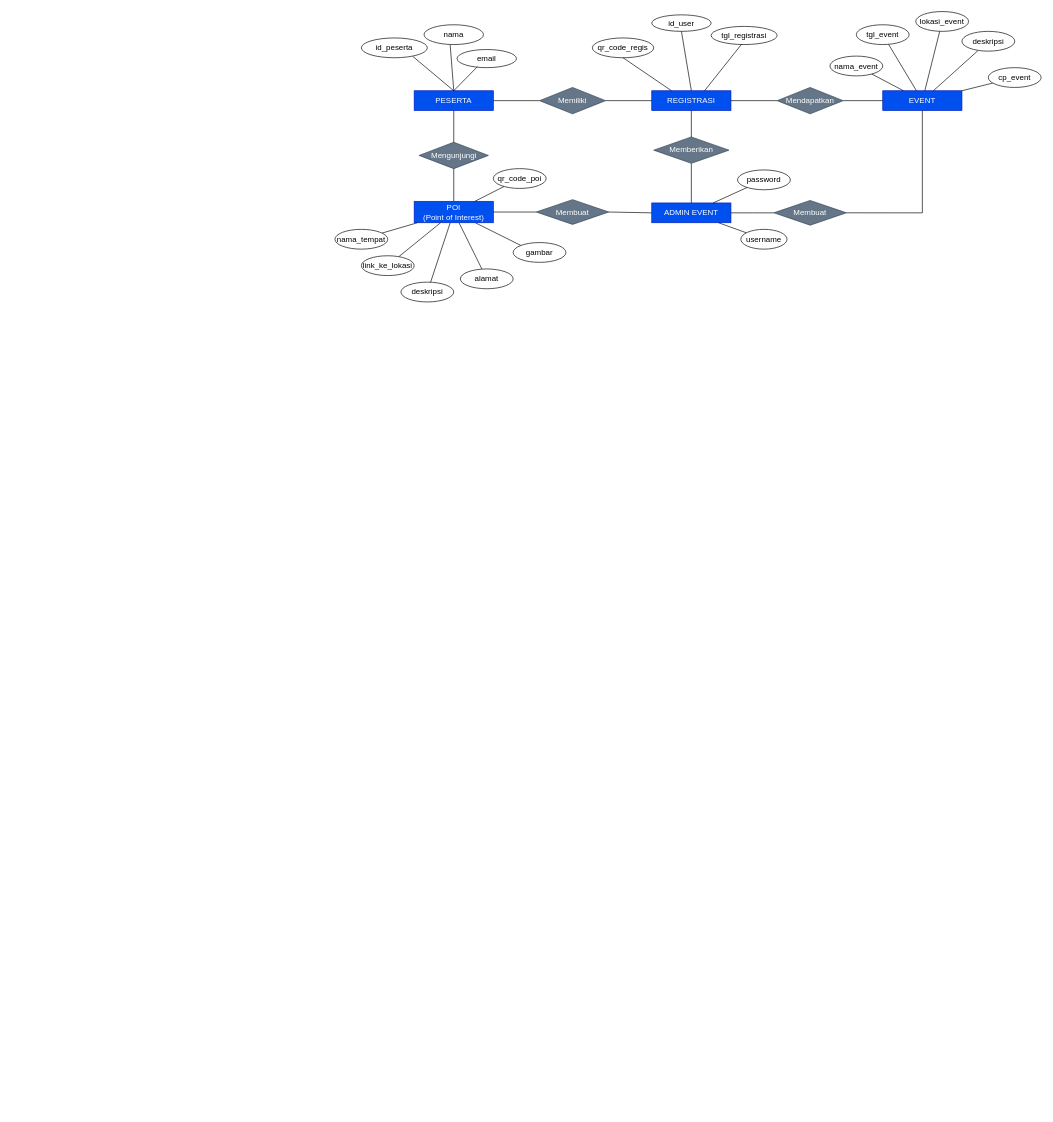
Earlier version of the draw.io diagram diagram/citynet_dfd.drawio (kominfo-denpasar/drawio). Source tidied: cells renumbered, new cells numbered last; positions are measured from the earlier drawing's top-left corner, leaving out a move shared by most shapes. Both pictures are drawn from the tidied source at 66%, with x=0, y=0 at pixel (335, 11).
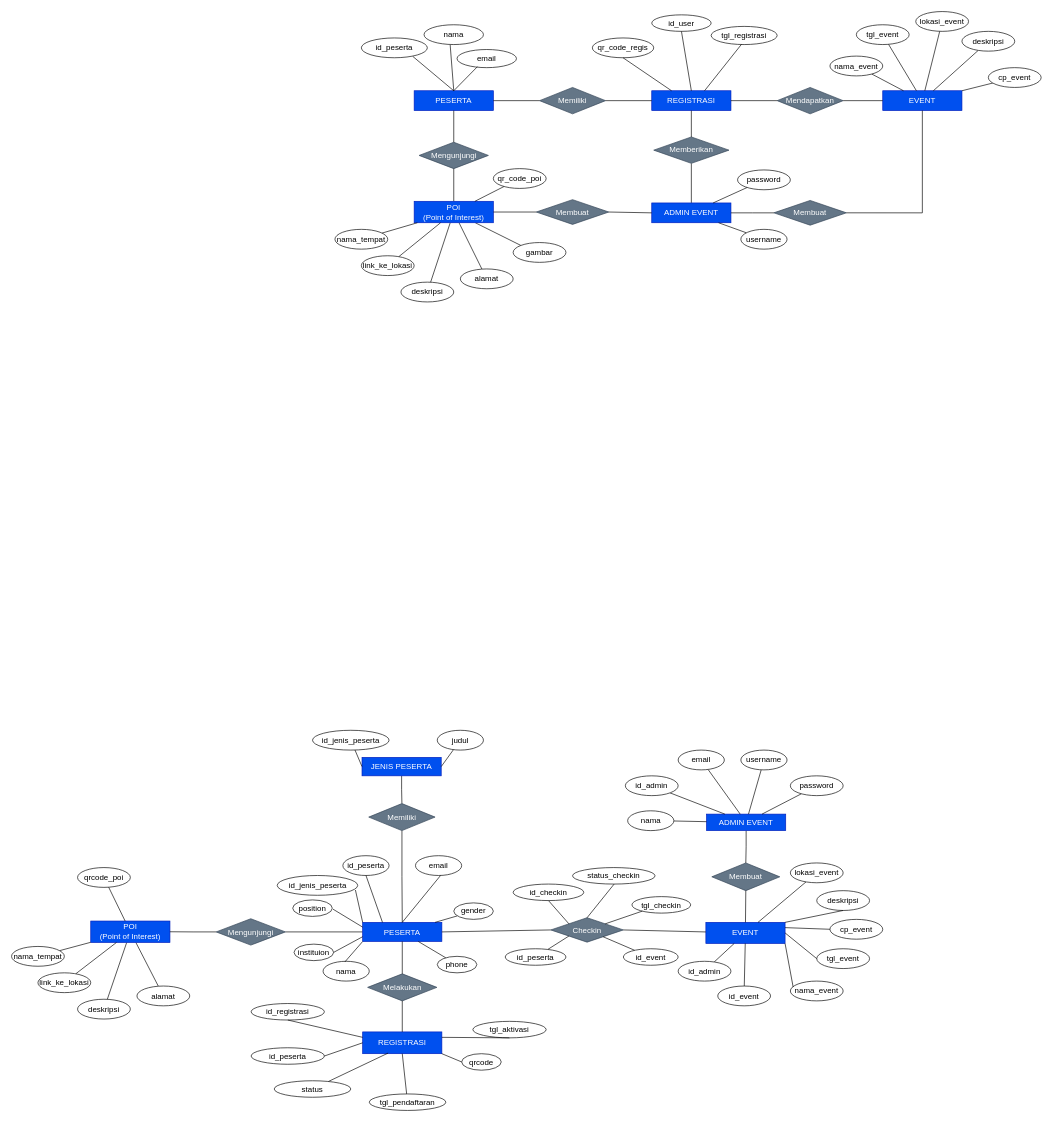
After the change.

The edit, as a diff of the source:
```diff
@@
+    <mxCell id="64" style="edgeStyle=orthogonalEdgeStyle;rounded=0;jettySize=auto;html=1;entryX=1;entryY=0.5;entryDx=0;entryDy=0;endArrow=none;endFill=0;" parent="1" edge="1" source="65" target="158">
+      <mxGeometry relative="1" as="geometry" />
+    </mxCell>
+    <mxCell id="65" value="PESERTA" style="rounded=0;whiteSpace=wrap;html=1;fillColor=#0050ef;fontColor=#ffffff;strokeColor=#001DBC;" parent="1" vertex="1">
+      <mxGeometry x="42" y="1380" width="120" height="29" as="geometry" />
+    </mxCell>
+    <mxCell id="66" value="REGISTRASI" style="rounded=0;whiteSpace=wrap;html=1;fillColor=#0050ef;fontColor=#ffffff;strokeColor=#001DBC;" parent="1" vertex="1">
+      <mxGeometry x="42" y="1546" width="120" height="33" as="geometry" />
+    </mxCell>
+    <mxCell id="67" style="endArrow=none;html=1;rounded=0;entryX=0;entryY=0.5;entryDx=0;entryDy=0;exitX=1;exitY=0.5;exitDx=0;exitDy=0;" parent="1" edge="1" source="65" target="73">
+      <mxGeometry relative="1" as="geometry" />
+    </mxCell>
+    <mxCell id="68" value="id_peserta" style="ellipse;whiteSpace=wrap;html=1;" parent="1" vertex="1">
+      <mxGeometry x="12" y="1279" width="70" height="30" as="geometry" />
+    </mxCell>
+    <mxCell id="69" value="nama" style="ellipse;whiteSpace=wrap;html=1;" parent="1" vertex="1">
+      <mxGeometry x="-18" y="1439" width="70" height="30" as="geometry" />
+    </mxCell>
+    <mxCell id="70" value="email" style="ellipse;whiteSpace=wrap;html=1;" parent="1" vertex="1">
+      <mxGeometry x="122" y="1279" width="70" height="30" as="geometry" />
+    </mxCell>
+    <mxCell id="71" style="endArrow=none;html=1;rounded=0;exitX=0.25;exitY=0;exitDx=0;exitDy=0;entryX=0.5;entryY=1;entryDx=0;entryDy=0;" parent="1" edge="1" source="65" target="68">
+      <mxGeometry relative="1" as="geometry" />
+    </mxCell>
+    <mxCell id="72" style="endArrow=none;html=1;rounded=0;exitX=0.5;exitY=0;exitDx=0;exitDy=0;" parent="1" edge="1" source="65">
+      <mxGeometry relative="1" as="geometry">
+        <mxPoint x="160" y="1309" as="targetPoint" />
+      </mxGeometry>
+    </mxCell>
+    <mxCell id="73" value="Checkin" style="rhombus;whiteSpace=wrap;html=1;fillColor=#647687;fontColor=#ffffff;strokeColor=#314354;" parent="1" vertex="1">
+      <mxGeometry x="327" y="1373" width="110" height="37" as="geometry" />
+    </mxCell>
+    <mxCell id="74" value="EVENT" style="rounded=0;whiteSpace=wrap;html=1;fillColor=#0050ef;fontColor=#ffffff;strokeColor=#001DBC;" parent="1" vertex="1">
+      <mxGeometry x="562" y="1380" width="120" height="32" as="geometry" />
+    </mxCell>
+    <mxCell id="75" value="instituion" style="ellipse;whiteSpace=wrap;html=1;" parent="1" vertex="1">
+      <mxGeometry x="-62" y="1413" width="60" height="25" as="geometry" />
+    </mxCell>
+    <mxCell id="76" value="position" style="ellipse;whiteSpace=wrap;html=1;" parent="1" vertex="1">
+      <mxGeometry x="-64" y="1346" width="60" height="25" as="geometry" />
+    </mxCell>
+    <mxCell id="77" value="Membuat" style="rhombus;whiteSpace=wrap;html=1;fillColor=#647687;fontColor=#ffffff;strokeColor=#314354;" parent="1" vertex="1">
+      <mxGeometry x="571" y="1290" width="103" height="42" as="geometry" />
+    </mxCell>
+    <mxCell id="78" style="rounded=0;jettySize=auto;html=1;endArrow=none;endFill=0;" parent="1" edge="1" source="79" target="74">
+      <mxGeometry relative="1" as="geometry" />
+    </mxCell>
+    <mxCell id="79" value="id_event" style="ellipse;whiteSpace=wrap;html=1;" parent="1" vertex="1">
+      <mxGeometry x="580" y="1476.5" width="80" height="30" as="geometry" />
+    </mxCell>
+    <mxCell id="80" value="nama_event" style="ellipse;whiteSpace=wrap;html=1;" parent="1" vertex="1">
+      <mxGeometry x="690" y="1469" width="80" height="30" as="geometry" />
+    </mxCell>
+    <mxCell id="81" value="tgl_event" style="ellipse;whiteSpace=wrap;html=1;" parent="1" vertex="1">
+      <mxGeometry x="730" y="1420" width="80" height="30" as="geometry" />
+    </mxCell>
+    <mxCell id="82" style="rounded=0;jettySize=auto;html=1;endArrow=none;endFill=0;" parent="1" edge="1" source="83" target="74">
+      <mxGeometry relative="1" as="geometry" />
+    </mxCell>
+    <mxCell id="83" value="lokasi_event" style="ellipse;whiteSpace=wrap;html=1;" parent="1" vertex="1">
+      <mxGeometry x="690" y="1290" width="80" height="30" as="geometry" />
+    </mxCell>
+    <mxCell id="84" value="deskripsi" style="ellipse;whiteSpace=wrap;html=1;" parent="1" vertex="1">
+      <mxGeometry x="730" y="1332" width="80" height="30" as="geometry" />
+    </mxCell>
+    <mxCell id="85" value="cp_event" style="ellipse;whiteSpace=wrap;html=1;" parent="1" vertex="1">
+      <mxGeometry x="750" y="1375.5" width="80" height="30" as="geometry" />
+    </mxCell>
+    <mxCell id="86" style="endArrow=none;html=1;rounded=0;entryX=0.5;entryY=1;entryDx=0;entryDy=0;exitX=1;exitY=0;exitDx=0;exitDy=0;" parent="1" edge="1" source="74" target="84">
+      <mxGeometry relative="1" as="geometry" />
+    </mxCell>
+    <mxCell id="87" style="rounded=0;jettySize=auto;html=1;endArrow=none;endFill=0;" parent="1" edge="1" source="88" target="65">
+      <mxGeometry relative="1" as="geometry" />
+    </mxCell>
+    <mxCell id="88" value="gender" style="ellipse;whiteSpace=wrap;html=1;" parent="1" vertex="1">
+      <mxGeometry x="180" y="1350.5" width="60" height="25" as="geometry" />
+    </mxCell>
+    <mxCell id="89" value="tgl_aktivasi" style="ellipse;whiteSpace=wrap;html=1;" parent="1" vertex="1">
+      <mxGeometry x="209" y="1530" width="111" height="25" as="geometry" />
+    </mxCell>
+    <mxCell id="90" style="rounded=0;jettySize=auto;html=1;endArrow=none;endFill=0;" parent="1" edge="1" source="91" target="65">
+      <mxGeometry relative="1" as="geometry" />
+    </mxCell>
+    <mxCell id="91" value="phone" style="ellipse;whiteSpace=wrap;html=1;" parent="1" vertex="1">
+      <mxGeometry x="155" y="1431.5" width="60" height="25" as="geometry" />
+    </mxCell>
+    <mxCell id="92" style="endArrow=none;html=1;rounded=0;exitX=1;exitY=0.25;exitDx=0;exitDy=0;entryX=0.5;entryY=1;entryDx=0;entryDy=0;" parent="1" edge="1" source="66" target="89">
+      <mxGeometry relative="1" as="geometry" />
+    </mxCell>
+    <mxCell id="93" style="edgeStyle=orthogonalEdgeStyle;rounded=0;jettySize=auto;html=1;endArrow=none;endFill=0;" parent="1" edge="1" source="94" target="77">
+      <mxGeometry relative="1" as="geometry" />
+    </mxCell>
+    <mxCell id="94" value="ADMIN EVENT" style="rounded=0;whiteSpace=wrap;html=1;fillColor=#0050ef;fontColor=#ffffff;strokeColor=#001DBC;" parent="1" vertex="1">
+      <mxGeometry x="563" y="1216" width="120" height="25" as="geometry" />
+    </mxCell>
+    <mxCell id="95" style="rounded=0;jettySize=auto;html=1;endArrow=none;endFill=0;" parent="1" edge="1" source="96" target="94">
+      <mxGeometry relative="1" as="geometry" />
+    </mxCell>
+    <mxCell id="96" value="id_admin" style="ellipse;whiteSpace=wrap;html=1;" parent="1" vertex="1">
+      <mxGeometry x="440" y="1158" width="80" height="30" as="geometry" />
+    </mxCell>
+    <mxCell id="97" style="rounded=0;jettySize=auto;html=1;endArrow=none;endFill=0;" parent="1" edge="1" source="98" target="94">
+      <mxGeometry relative="1" as="geometry" />
+    </mxCell>
+    <mxCell id="98" value="username" style="ellipse;whiteSpace=wrap;html=1;" parent="1" vertex="1">
+      <mxGeometry x="615" y="1119" width="70" height="30" as="geometry" />
+    </mxCell>
+    <mxCell id="99" style="rounded=0;jettySize=auto;html=1;endArrow=none;endFill=0;" parent="1" edge="1" source="100" target="94">
+      <mxGeometry relative="1" as="geometry" />
+    </mxCell>
+    <mxCell id="100" value="password" style="ellipse;whiteSpace=wrap;html=1;" parent="1" vertex="1">
+      <mxGeometry x="690" y="1158" width="80" height="30" as="geometry" />
+    </mxCell>
+    <mxCell id="101" style="rounded=0;jettySize=auto;html=1;endArrow=none;endFill=0;" parent="1" edge="1" source="102" target="94">
+      <mxGeometry relative="1" as="geometry" />
+    </mxCell>
+    <mxCell id="102" value="nama" style="ellipse;whiteSpace=wrap;html=1;" parent="1" vertex="1">
+      <mxGeometry x="443.5" y="1211" width="70" height="30" as="geometry" />
+    </mxCell>
+    <mxCell id="103" style="rounded=0;jettySize=auto;html=1;endArrow=none;endFill=0;" parent="1" edge="1" source="104" target="94">
+      <mxGeometry relative="1" as="geometry" />
+    </mxCell>
+    <mxCell id="104" value="email" style="ellipse;whiteSpace=wrap;html=1;" parent="1" vertex="1">
+      <mxGeometry x="520" y="1119" width="70" height="30" as="geometry" />
+    </mxCell>
+    <mxCell id="105" style="endArrow=none;html=1;rounded=0;entryX=0;entryY=0.5;entryDx=0;entryDy=0;exitX=1;exitY=0.5;exitDx=0;exitDy=0;" parent="1" edge="1" source="74" target="81">
+      <mxGeometry relative="1" as="geometry" />
+    </mxCell>
+    <mxCell id="106" style="endArrow=none;html=1;rounded=0;entryX=0;entryY=0.5;entryDx=0;entryDy=0;exitX=1;exitY=0.25;exitDx=0;exitDy=0;" parent="1" edge="1" source="74" target="85">
+      <mxGeometry relative="1" as="geometry" />
+    </mxCell>
+    <mxCell id="107" value="qrcode" style="ellipse;whiteSpace=wrap;html=1;" parent="1" vertex="1">
+      <mxGeometry x="192" y="1579" width="60" height="25" as="geometry" />
+    </mxCell>
+    <mxCell id="108" style="rounded=0;jettySize=auto;html=1;entryX=0;entryY=1;entryDx=0;entryDy=0;endArrow=none;endFill=0;" parent="1" edge="1" source="109" target="73">
+      <mxGeometry relative="1" as="geometry" />
+    </mxCell>
+    <mxCell id="109" value="id_peserta" style="ellipse;whiteSpace=wrap;html=1;" parent="1" vertex="1">
+      <mxGeometry x="258" y="1420" width="92" height="25" as="geometry" />
+    </mxCell>
+    <mxCell id="110" style="rounded=0;jettySize=auto;html=1;endArrow=none;endFill=0;" parent="1" edge="1" source="111" target="73">
+      <mxGeometry relative="1" as="geometry" />
+    </mxCell>
+    <mxCell id="111" value="id_event" style="ellipse;whiteSpace=wrap;html=1;" parent="1" vertex="1">
+      <mxGeometry x="437" y="1420" width="83" height="25" as="geometry" />
+    </mxCell>
+    <mxCell id="112" value="id_checkin" style="ellipse;whiteSpace=wrap;html=1;" parent="1" vertex="1">
+      <mxGeometry x="270" y="1322" width="107" height="25" as="geometry" />
+    </mxCell>
+    <mxCell id="113" value="id_jenis_peserta" style="ellipse;whiteSpace=wrap;html=1;" parent="1" vertex="1">
+      <mxGeometry x="-87.5" y="1309" width="122" height="30" as="geometry" />
+    </mxCell>
+    <mxCell id="114" style="edgeStyle=orthogonalEdgeStyle;rounded=0;jettySize=auto;html=1;entryX=0.5;entryY=0;entryDx=0;entryDy=0;endArrow=none;endFill=0;" parent="1" edge="1" source="115" target="125">
+      <mxGeometry relative="1" as="geometry" />
+    </mxCell>
+    <mxCell id="115" value="JENIS PESERTA" style="rounded=0;whiteSpace=wrap;html=1;fillColor=#0050ef;fontColor=#ffffff;strokeColor=#001DBC;" parent="1" vertex="1">
+      <mxGeometry x="41" y="1130" width="120" height="28" as="geometry" />
+    </mxCell>
+    <mxCell id="116" value="tgl_pendaftaran" style="ellipse;whiteSpace=wrap;html=1;" parent="1" vertex="1">
+      <mxGeometry x="52" y="1640" width="116" height="25" as="geometry" />
+    </mxCell>
+    <mxCell id="117" style="rounded=0;jettySize=auto;html=1;entryX=1;entryY=0.5;entryDx=0;entryDy=0;endArrow=none;endFill=0;" parent="1" edge="1" source="118" target="115">
+      <mxGeometry relative="1" as="geometry" />
+    </mxCell>
+    <mxCell id="118" value="judul" style="ellipse;whiteSpace=wrap;html=1;" parent="1" vertex="1">
+      <mxGeometry x="155" y="1089" width="70" height="30" as="geometry" />
+    </mxCell>
+    <mxCell id="119" style="rounded=0;jettySize=auto;html=1;entryX=0.321;entryY=0.973;entryDx=0;entryDy=0;endArrow=none;endFill=0;entryPerimeter=0;" parent="1" edge="1" source="120" target="66">
+      <mxGeometry relative="1" as="geometry" />
+    </mxCell>
+    <mxCell id="120" value="status" style="ellipse;whiteSpace=wrap;html=1;" parent="1" vertex="1">
+      <mxGeometry x="-92" y="1620" width="116" height="25" as="geometry" />
+    </mxCell>
+    <mxCell id="121" value="status_checkin" style="ellipse;whiteSpace=wrap;html=1;" parent="1" vertex="1">
+      <mxGeometry x="360" y="1297" width="125" height="25" as="geometry" />
+    </mxCell>
+    <mxCell id="122" value="tgl_checkin" style="ellipse;whiteSpace=wrap;html=1;" parent="1" vertex="1">
+      <mxGeometry x="450" y="1341" width="89" height="25" as="geometry" />
+    </mxCell>
+    <mxCell id="123" value="Melakukan" style="rhombus;whiteSpace=wrap;html=1;fillColor=#647687;fontColor=#ffffff;strokeColor=#314354;" parent="1" vertex="1">
+      <mxGeometry x="49.5" y="1458" width="105" height="41" as="geometry" />
+    </mxCell>
+    <mxCell id="124" style="edgeStyle=orthogonalEdgeStyle;rounded=0;jettySize=auto;html=1;entryX=0.5;entryY=0;entryDx=0;entryDy=0;endArrow=none;endFill=0;" parent="1" edge="1" source="125" target="65">
+      <mxGeometry relative="1" as="geometry" />
+    </mxCell>
+    <mxCell id="125" value="Memiliki" style="rhombus;whiteSpace=wrap;html=1;fillColor=#647687;fontColor=#ffffff;strokeColor=#314354;" parent="1" vertex="1">
+      <mxGeometry x="51.2" y="1200" width="100.5" height="41" as="geometry" />
+    </mxCell>
+    <mxCell id="126" style="rounded=0;jettySize=auto;html=1;entryX=0;entryY=0.5;entryDx=0;entryDy=0;endArrow=none;endFill=0;" parent="1" edge="1" source="127" target="115">
+      <mxGeometry relative="1" as="geometry" />
+    </mxCell>
+    <mxCell id="127" value="id_jenis_peserta" style="ellipse;whiteSpace=wrap;html=1;" parent="1" vertex="1">
+      <mxGeometry x="-34" y="1089" width="116" height="30" as="geometry" />
+    </mxCell>
+    <mxCell id="128" value="id_registrasi" style="ellipse;whiteSpace=wrap;html=1;" parent="1" vertex="1">
+      <mxGeometry x="-127" y="1503" width="111" height="25" as="geometry" />
+    </mxCell>
+    <mxCell id="129" value="id_peserta" style="ellipse;whiteSpace=wrap;html=1;" parent="1" vertex="1">
+      <mxGeometry x="-127" y="1570" width="111" height="25" as="geometry" />
+    </mxCell>
+    <mxCell id="130" style="endArrow=none;html=1;rounded=0;exitX=0;exitY=0;exitDx=0;exitDy=0;" parent="1" edge="1" source="65">
+      <mxGeometry relative="1" as="geometry">
+        <mxPoint x="31" y="1331" as="targetPoint" />
+      </mxGeometry>
+    </mxCell>
+    <mxCell id="131" style="endArrow=none;html=1;rounded=0;entryX=0;entryY=0.25;entryDx=0;entryDy=0;" parent="1" edge="1" target="65">
+      <mxGeometry relative="1" as="geometry">
+        <mxPoint x="-3" y="1360" as="sourcePoint" />
+      </mxGeometry>
+    </mxCell>
+    <mxCell id="132" style="endArrow=none;html=1;rounded=0;exitX=1;exitY=0.5;exitDx=0;exitDy=0;entryX=0;entryY=0.75;entryDx=0;entryDy=0;" parent="1" edge="1" source="75" target="65">
+      <mxGeometry relative="1" as="geometry" />
+    </mxCell>
+    <mxCell id="133" style="endArrow=none;html=1;rounded=0;entryX=0;entryY=1;entryDx=0;entryDy=0;" parent="1" edge="1" target="65">
+      <mxGeometry relative="1" as="geometry">
+        <mxPoint x="15" y="1440" as="sourcePoint" />
+      </mxGeometry>
+    </mxCell>
+    <mxCell id="134" style="endArrow=none;html=1;rounded=0;exitX=0.5;exitY=0;exitDx=0;exitDy=0;entryX=0.5;entryY=1;entryDx=0;entryDy=0;" parent="1" edge="1" source="123" target="65">
+      <mxGeometry relative="1" as="geometry" />
+    </mxCell>
+    <mxCell id="135" style="endArrow=none;html=1;rounded=0;exitX=0.5;exitY=0;exitDx=0;exitDy=0;entryX=0.5;entryY=1;entryDx=0;entryDy=0;" parent="1" edge="1" source="66" target="123">
+      <mxGeometry relative="1" as="geometry" />
+    </mxCell>
+    <mxCell id="136" style="endArrow=none;html=1;rounded=0;exitX=0.5;exitY=0;exitDx=0;exitDy=0;entryX=0.5;entryY=1;entryDx=0;entryDy=0;" parent="1" edge="1" source="74" target="77">
+      <mxGeometry relative="1" as="geometry" />
+    </mxCell>
+    <mxCell id="137" style="endArrow=none;html=1;rounded=0;entryX=0;entryY=0.5;entryDx=0;entryDy=0;exitX=1;exitY=1;exitDx=0;exitDy=0;" parent="1" edge="1" source="66" target="107">
+      <mxGeometry relative="1" as="geometry" />
+    </mxCell>
+    <mxCell id="138" style="endArrow=none;html=1;rounded=0;entryX=0;entryY=0.25;entryDx=0;entryDy=0;exitX=0.5;exitY=1;exitDx=0;exitDy=0;" parent="1" edge="1" source="128" target="66">
+      <mxGeometry relative="1" as="geometry" />
+    </mxCell>
+    <mxCell id="139" style="endArrow=none;html=1;rounded=0;entryX=0;entryY=0.5;entryDx=0;entryDy=0;exitX=1;exitY=0.5;exitDx=0;exitDy=0;" parent="1" edge="1" source="129" target="66">
+      <mxGeometry relative="1" as="geometry" />
+    </mxCell>
+    <mxCell id="140" style="endArrow=none;html=1;rounded=0;exitX=1;exitY=1;exitDx=0;exitDy=0;entryX=0.053;entryY=0.3;entryDx=0;entryDy=0;entryPerimeter=0;" parent="1" edge="1" source="74" target="80">
+      <mxGeometry relative="1" as="geometry" />
+    </mxCell>
+    <mxCell id="141" style="endArrow=none;html=1;rounded=0;exitX=1;exitY=0.5;exitDx=0;exitDy=0;" parent="1" edge="1" source="73" target="74">
+      <mxGeometry relative="1" as="geometry" />
+    </mxCell>
+    <mxCell id="142" style="endArrow=none;html=1;rounded=0;exitX=0;exitY=0;exitDx=0;exitDy=0;entryX=0.5;entryY=1;entryDx=0;entryDy=0;" parent="1" edge="1" source="73" target="112">
+      <mxGeometry relative="1" as="geometry" />
+    </mxCell>
+    <mxCell id="143" style="endArrow=none;html=1;rounded=0;exitX=0.5;exitY=0;exitDx=0;exitDy=0;" parent="1" edge="1" source="73">
+      <mxGeometry relative="1" as="geometry">
+        <mxPoint x="423" y="1322" as="targetPoint" />
+      </mxGeometry>
+    </mxCell>
+    <mxCell id="144" style="rounded=0;jettySize=auto;html=1;entryX=1;entryY=0;entryDx=0;entryDy=0;endArrow=none;endFill=0;" parent="1" edge="1" source="122" target="73">
+      <mxGeometry relative="1" as="geometry" />
+    </mxCell>
+    <mxCell id="145" style="rounded=0;jettySize=auto;html=1;entryX=0.5;entryY=1;entryDx=0;entryDy=0;endArrow=none;endFill=0;" parent="1" edge="1" source="116" target="66">
+      <mxGeometry relative="1" as="geometry" />
+    </mxCell>
+    <mxCell id="146" style="rounded=0;jettySize=auto;html=1;endArrow=none;endFill=0;" parent="1" edge="1" source="148" target="154">
+      <mxGeometry relative="1" as="geometry" />
+    </mxCell>
+    <mxCell id="147" style="rounded=0;jettySize=auto;html=1;endArrow=none;endFill=0;" parent="1" edge="1" source="148" target="151">
+      <mxGeometry relative="1" as="geometry" />
+    </mxCell>
+    <mxCell id="148" value="POI&lt;div&gt;(Point of Interest)&lt;/div&gt;" style="rounded=0;whiteSpace=wrap;html=1;fillColor=#0050ef;strokeColor=#001DBC;fontColor=#ffffff;" parent="1" vertex="1">
+      <mxGeometry x="-370" y="1378" width="120" height="32.5" as="geometry" />
+    </mxCell>
+    <mxCell id="149" style="rounded=0;jettySize=auto;html=1;endArrow=none;endFill=0;" parent="1" edge="1" source="150" target="148">
+      <mxGeometry relative="1" as="geometry" />
+    </mxCell>
+    <mxCell id="150" value="nama_tempat" style="ellipse;whiteSpace=wrap;html=1;" parent="1" vertex="1">
+      <mxGeometry x="-490" y="1416.5" width="80" height="30" as="geometry" />
+    </mxCell>
+    <mxCell id="151" value="deskripsi" style="ellipse;whiteSpace=wrap;html=1;" parent="1" vertex="1">
+      <mxGeometry x="-390" y="1496.5" width="80" height="30" as="geometry" />
+    </mxCell>
+    <mxCell id="152" style="rounded=0;jettySize=auto;html=1;endArrow=none;endFill=0;" parent="1" edge="1" source="153" target="148">
+      <mxGeometry relative="1" as="geometry" />
+    </mxCell>
+    <mxCell id="153" value="link_ke_lokasi" style="ellipse;whiteSpace=wrap;html=1;" parent="1" vertex="1">
+      <mxGeometry x="-450" y="1456.5" width="80" height="30" as="geometry" />
+    </mxCell>
+    <mxCell id="154" value="alamat" style="ellipse;whiteSpace=wrap;html=1;" parent="1" vertex="1">
+      <mxGeometry x="-300" y="1476.5" width="80" height="30" as="geometry" />
+    </mxCell>
+    <mxCell id="155" style="rounded=0;jettySize=auto;html=1;endArrow=none;endFill=0;" parent="1" edge="1" source="156" target="148">
+      <mxGeometry relative="1" as="geometry" />
+    </mxCell>
+    <mxCell id="156" value="qrcode_poi" style="ellipse;whiteSpace=wrap;html=1;" parent="1" vertex="1">
+      <mxGeometry x="-390" y="1297" width="80" height="30" as="geometry" />
+    </mxCell>
+    <mxCell id="157" style="edgeStyle=orthogonalEdgeStyle;rounded=0;jettySize=auto;html=1;entryX=1;entryY=0.5;entryDx=0;entryDy=0;endArrow=none;endFill=0;" parent="1" edge="1" source="158" target="148">
+      <mxGeometry relative="1" as="geometry" />
+    </mxCell>
+    <mxCell id="158" value="Mengunjungi" style="rhombus;whiteSpace=wrap;html=1;fillColor=#647687;fontColor=#ffffff;strokeColor=#314354;" parent="1" vertex="1">
+      <mxGeometry x="-180" y="1374.5" width="105" height="40" as="geometry" />
+    </mxCell>
+    <mxCell id="159" style="rounded=0;jettySize=auto;html=1;endArrow=none;endFill=0;" parent="1" edge="1" source="160" target="74">
+      <mxGeometry relative="1" as="geometry" />
+    </mxCell>
+    <mxCell id="160" value="id_admin" style="ellipse;whiteSpace=wrap;html=1;" parent="1" vertex="1">
+      <mxGeometry x="520" y="1439" width="80" height="30" as="geometry" />
+    </mxCell>
```
